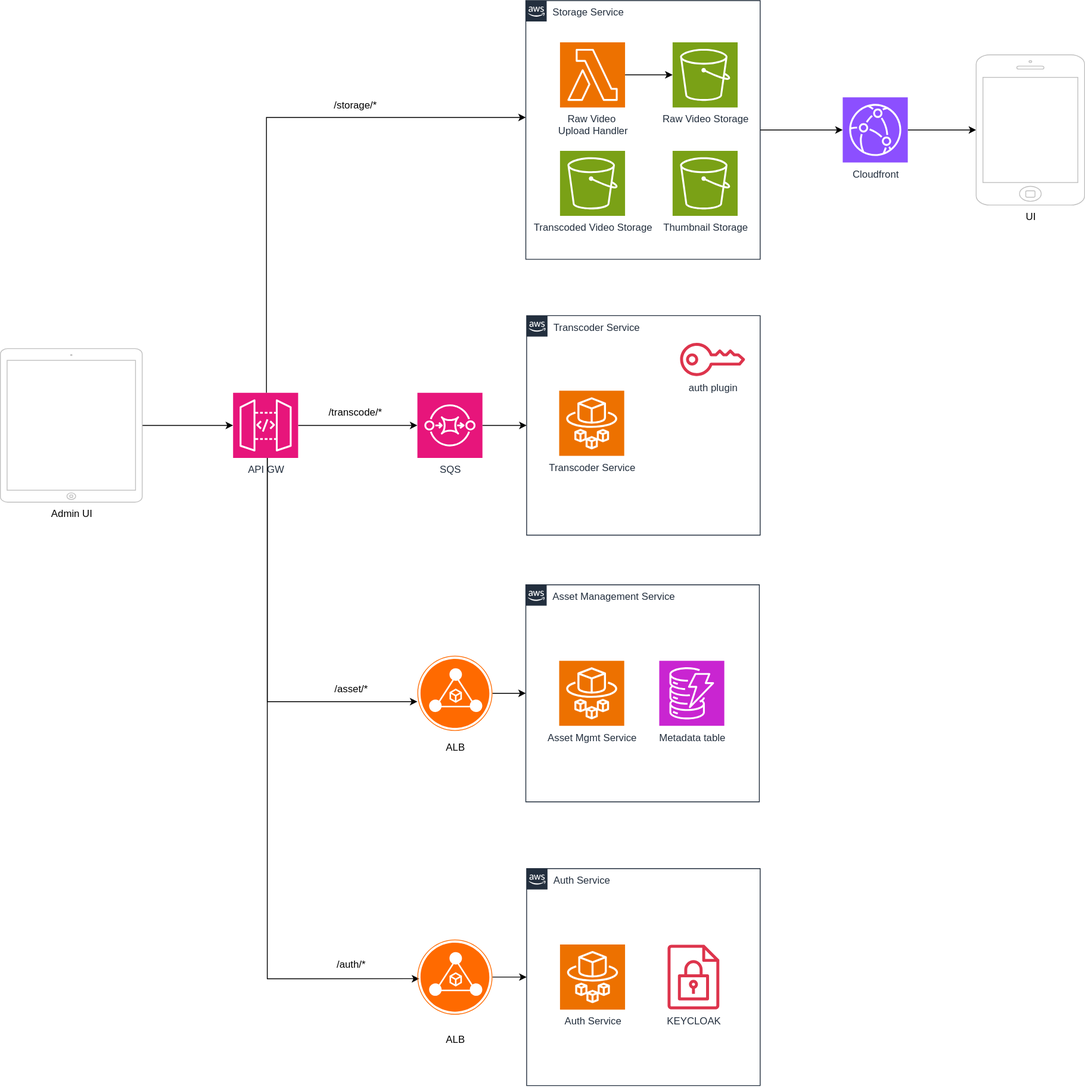
Earlier version of the draw.io export docs/hobby-streamer.drawio.svg (serdarburakguneri/hobby-streamer). Source tidied: cells renumbered, new cells last; positions are measured from the earlier drawing's top-left corner, leaving out a move shared by most shapes.
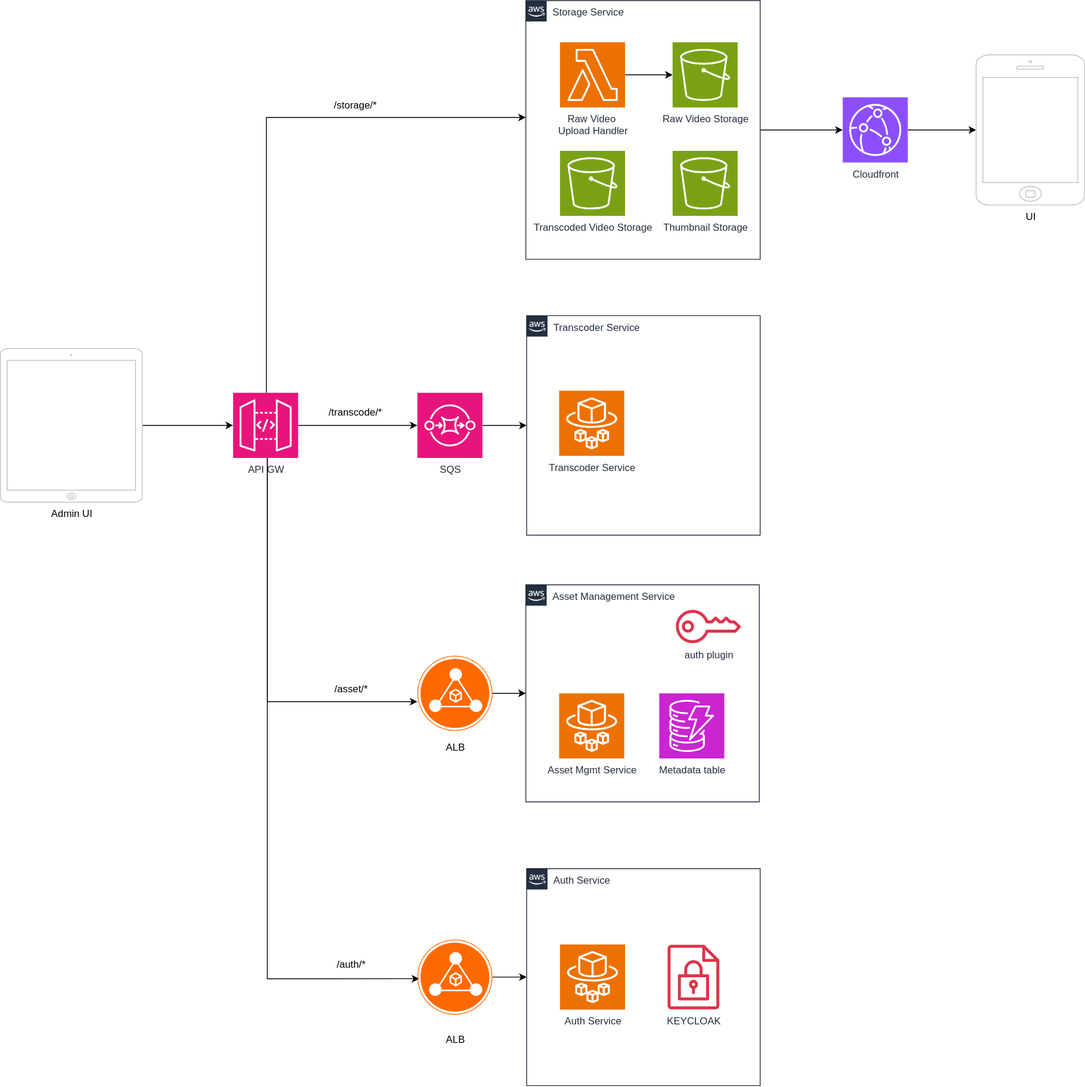
After the change.

The edit, as a diff of the source:
```diff
@@ -29,9 +29,6 @@
     <mxCell id="10" value="Transcoder Service" style="sketch=0;fontColor=#232F3E;fillColor=#ED7100;strokeColor=#ffffff;dashed=0;verticalLabelPosition=bottom;verticalAlign=top;align=center;html=1;fontSize=12;fontStyle=0;shape=mxgraph.aws4.resourceIcon;resIcon=mxgraph.aws4.fargate;" parent="9" vertex="1">
       <mxGeometry x="39" y="90" width="78" height="78" as="geometry" />
     </mxCell>
-    <mxCell id="11" value="auth plugin" style="sketch=0;fontColor=#232F3E;gradientColor=none;fillColor=#DD344C;strokeColor=none;dashed=0;verticalLabelPosition=bottom;verticalAlign=top;align=center;html=1;fontSize=12;fontStyle=0;shape=mxgraph.aws4.addon;" parent="9" vertex="1">
-      <mxGeometry x="184" y="32.5" width="78" height="40" as="geometry" />
-    </mxCell>
     <mxCell id="12" style="edgeStyle=orthogonalEdgeStyle;rounded=0;jettySize=auto;html=1;" parent="1" edge="1" source="15" target="3">
       <mxGeometry relative="1" as="geometry">
         <Array as="points">
@@ -56,11 +53,14 @@
       <mxGeometry x="630" y="700" width="280" height="260" as="geometry" />
     </mxCell>
     <mxCell id="17" value="Metadata table" style="sketch=0;fontColor=#232F3E;fillColor=#C925D1;strokeColor=#ffffff;dashed=0;verticalLabelPosition=bottom;verticalAlign=top;align=center;html=1;fontSize=12;fontStyle=0;shape=mxgraph.aws4.resourceIcon;resIcon=mxgraph.aws4.dynamodb;" parent="16" vertex="1">
-      <mxGeometry x="160" y="91" width="78" height="78" as="geometry" />
+      <mxGeometry x="160" y="130" width="78" height="78" as="geometry" />
     </mxCell>
     <mxCell id="18" value="&lt;div&gt;Asset Mgmt Service&lt;/div&gt;" style="sketch=0;fontColor=#232F3E;fillColor=#ED7100;strokeColor=#ffffff;dashed=0;verticalLabelPosition=bottom;verticalAlign=top;align=center;html=1;fontSize=12;fontStyle=0;shape=mxgraph.aws4.resourceIcon;resIcon=mxgraph.aws4.fargate;" parent="16" vertex="1">
-      <mxGeometry x="40" y="91" width="78" height="78" as="geometry" />
+      <mxGeometry x="40" y="130" width="78" height="78" as="geometry" />
     </mxCell>
+    <mxCell id="11" value="auth plugin" style="sketch=0;fontColor=#232F3E;gradientColor=none;fillColor=#DD344C;strokeColor=none;dashed=0;verticalLabelPosition=bottom;verticalAlign=top;align=center;html=1;fontSize=12;fontStyle=0;shape=mxgraph.aws4.addon;" parent="16" vertex="1">
+      <mxGeometry x="180" y="30" width="78" height="40" as="geometry" />
+    </mxCell>
     <mxCell id="19" style="edgeStyle=orthogonalEdgeStyle;rounded=0;jettySize=auto;html=1;" parent="1" edge="1" source="20" target="9">
       <mxGeometry relative="1" as="geometry" />
     </mxCell>
```
